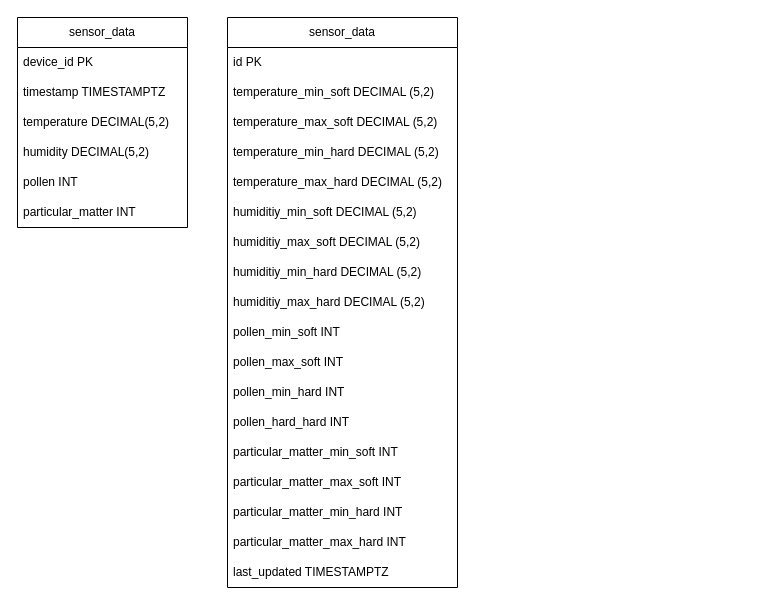
Before: docs/drawio/db_schema.drawio in SWProjectTin23/altbauVsNeubau, a draw.io diagram. Source tidied: cells renumbered, new cells numbered last; positions are measured from the earlier drawing's top-left corner, leaving out a move shared by most shapes. Both pictures are drawn from the tidied source at 100%, with x=0, y=0 at pixel (17, 17).
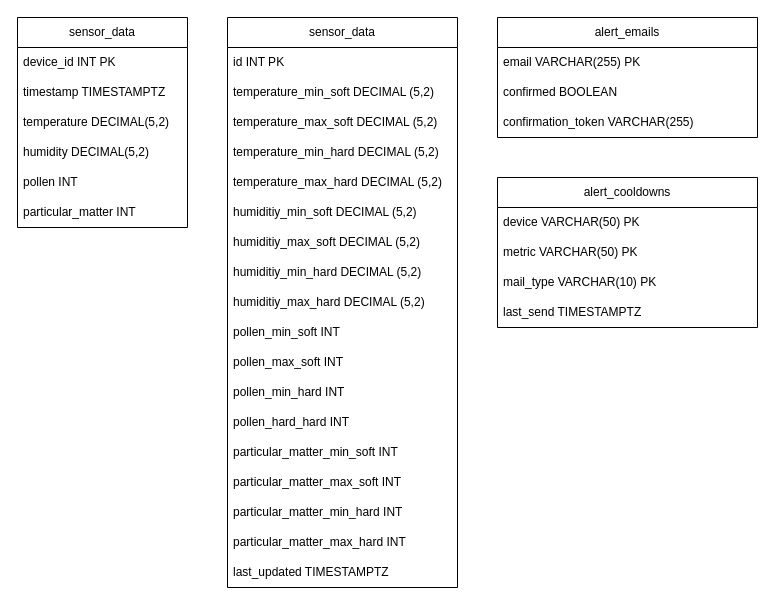
The same page after the edit.

Unchanged cells that the change refers to:
```xml
<mxCell id="2" value="sensor_data" style="swimlane;fontStyle=0;horizontal=1;startSize=30;whiteSpace=wrap;html=1;" parent="1" vertex="1">
  <mxGeometry width="170" height="210" as="geometry" />
</mxCell>
<mxCell id="9" value="sensor_data" style="swimlane;fontStyle=0;horizontal=1;startSize=30;whiteSpace=wrap;html=1;" parent="1" vertex="1">
  <mxGeometry x="210" width="230" height="570" as="geometry" />
</mxCell>
```

What changed in the source:
```diff
@@
-    <mxCell id="3" value="device_id PK" style="text;strokeColor=none;fillColor=none;align=left;verticalAlign=middle;spacingLeft=4;spacingRight=4;overflow=hidden;whiteSpace=wrap;html=1;" parent="2" vertex="1">
+    <mxCell id="3" value="device_id INT PK" style="text;strokeColor=none;fillColor=none;align=left;verticalAlign=middle;spacingLeft=4;spacingRight=4;overflow=hidden;whiteSpace=wrap;html=1;" parent="2" vertex="1">
       <mxGeometry y="30" width="170" height="30" as="geometry" />
     </mxCell>
@@
-    <mxCell id="10" value="id PK" style="text;strokeColor=none;fillColor=none;align=left;verticalAlign=middle;spacingLeft=4;spacingRight=4;overflow=hidden;whiteSpace=wrap;html=1;" parent="9" vertex="1">
+    <mxCell id="10" value="id INT PK" style="text;strokeColor=none;fillColor=none;align=left;verticalAlign=middle;spacingLeft=4;spacingRight=4;overflow=hidden;whiteSpace=wrap;html=1;" parent="9" vertex="1">
       <mxGeometry y="30" width="230" height="30" as="geometry" />
     </mxCell>
@@
+    <mxCell id="28" value="alert_emails" style="swimlane;fontStyle=0;horizontal=1;startSize=30;whiteSpace=wrap;html=1;" parent="1" vertex="1">
+      <mxGeometry x="480" width="260" height="120" as="geometry" />
+    </mxCell>
+    <mxCell id="29" value="email VARCHAR(255) PK" style="text;strokeColor=none;fillColor=none;align=left;verticalAlign=middle;spacingLeft=4;spacingRight=4;overflow=hidden;whiteSpace=wrap;html=1;" parent="28" vertex="1">
+      <mxGeometry y="30" width="260" height="30" as="geometry" />
+    </mxCell>
+    <mxCell id="30" value="confirmed BOOLEAN" style="text;strokeColor=none;fillColor=none;align=left;verticalAlign=middle;spacingLeft=4;spacingRight=4;overflow=hidden;whiteSpace=wrap;html=1;" parent="28" vertex="1">
+      <mxGeometry y="60" width="260" height="30" as="geometry" />
+    </mxCell>
+    <mxCell id="31" value="confirmation_token VARCHAR(255)" style="text;strokeColor=none;fillColor=none;align=left;verticalAlign=middle;spacingLeft=4;spacingRight=4;overflow=hidden;whiteSpace=wrap;html=1;" parent="28" vertex="1">
+      <mxGeometry y="90" width="260" height="30" as="geometry" />
+    </mxCell>
+    <mxCell id="32" value="alert_cooldowns" style="swimlane;fontStyle=0;horizontal=1;startSize=30;whiteSpace=wrap;html=1;" parent="1" vertex="1">
+      <mxGeometry x="480" y="160" width="260" height="150" as="geometry" />
+    </mxCell>
+    <mxCell id="33" value="device VARCHAR(50) PK" style="text;strokeColor=none;fillColor=none;align=left;verticalAlign=middle;spacingLeft=4;spacingRight=4;overflow=hidden;whiteSpace=wrap;html=1;" parent="32" vertex="1">
+      <mxGeometry y="30" width="260" height="30" as="geometry" />
+    </mxCell>
+    <mxCell id="34" value="metric VARCHAR(50) PK" style="text;strokeColor=none;fillColor=none;align=left;verticalAlign=middle;spacingLeft=4;spacingRight=4;overflow=hidden;whiteSpace=wrap;html=1;" parent="32" vertex="1">
+      <mxGeometry y="60" width="260" height="30" as="geometry" />
+    </mxCell>
+    <mxCell id="35" value="mail_type VARCHAR(10) PK" style="text;strokeColor=none;fillColor=none;align=left;verticalAlign=middle;spacingLeft=4;spacingRight=4;overflow=hidden;whiteSpace=wrap;html=1;" parent="32" vertex="1">
+      <mxGeometry y="90" width="260" height="30" as="geometry" />
+    </mxCell>
+    <mxCell id="36" value="last_send TIMESTAMPTZ" style="text;strokeColor=none;fillColor=none;align=left;verticalAlign=middle;spacingLeft=4;spacingRight=4;overflow=hidden;whiteSpace=wrap;html=1;" parent="32" vertex="1">
+      <mxGeometry y="120" width="260" height="30" as="geometry" />
+    </mxCell>
```
